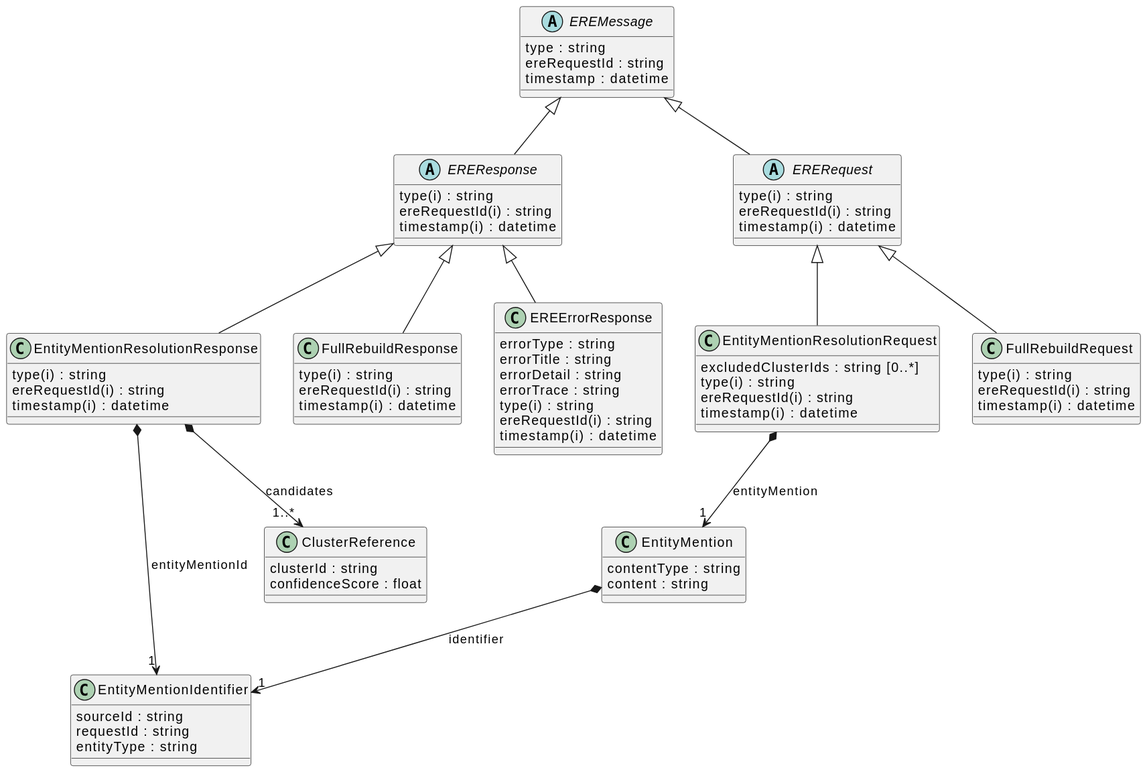
Above: docs/schema/EreServiceSchema.svg in OP-TED/entity-resolution-spec (PlantUML), before the change. The source it was exported from:
```plantuml
@startuml
class "EntityMentionResolutionResponse" [[{An entity resolution response returned by the ERE.}]] {
    {field} type(i) : string
    {field} ereRequestId(i) : string
    {field} timestamp(i) : datetime
}
class "EntityMentionIdentifier" [[{A container that groups the attributes needed to identify an entity mention in a resolution request}]] {
    {field} sourceId : string
    {field} requestId : string
    {field} entityType : string
}
class "EntityMention" [[{An entity mention is a representation of a real-world entity, as provided by the ERS.}]] {
    {field} contentType : string
    {field} content : string
}
"EntityMentionResolutionResponse" *--> "1" "EntityMentionIdentifier" : "entityMentionId"
"EntityMention" *--> "1" "EntityMentionIdentifier" : "identifier"
class "ClusterReference" [[{A reference to a cluster to which an entity is deemed to belong, with an associated confidence score.}]] {
    {field} clusterId : string
    {field} confidenceScore : float
}
abstract "EREResponse" [[{Root class to represent all the responses sent by the ERE.}]] {
    {field} type(i) : string
    {field} ereRequestId(i) : string
    {field} timestamp(i) : datetime
}
"EntityMentionResolutionResponse" *--> "1..*" "ClusterReference" : "candidates"
"EREResponse" ^-- "EntityMentionResolutionResponse"
class "EntityMentionResolutionRequest" [[{An entity resolution request sent to the ERE, containing the entity to be resolved.}]] {
    {field} excludedClusterIds : string  [0..*]
    {field} type(i) : string
    {field} ereRequestId(i) : string
    {field} timestamp(i) : datetime
}
"EntityMentionResolutionRequest" *--> "1" "EntityMention" : "entityMention"
abstract "ERERequest" [[{Root class to represent all the requests sent to the ERE.}]] {
    {field} type(i) : string
    {field} ereRequestId(i) : string
    {field} timestamp(i) : datetime
}
"ERERequest" ^-- "EntityMentionResolutionRequest"
class "FullRebuildResponse" [[{A response to a `FullRebuildRequest`, confirming that the rebuild process has started.}]] {
    {field} type(i) : string
    {field} ereRequestId(i) : string
    {field} timestamp(i) : datetime
}
class "EREErrorResponse" [[{Response sent by the ERE when some error/exception occurs while processing a request.}]] {
    {field} errorType : string
    {field} errorTitle : string
    {field} errorDetail : string
    {field} errorTrace : string
    {field} type(i) : string
    {field} ereRequestId(i) : string
    {field} timestamp(i) : datetime
}
abstract "EREMessage" [[{Root abstraction to represent attributes common to both requests and results.}]] {
    {field} type : string
    {field} ereRequestId : string
    {field} timestamp : datetime
}
"EREResponse" ^-- "FullRebuildResponse"
"EREResponse" ^-- "EREErrorResponse"
"EREMessage" ^-- "EREResponse"
class "FullRebuildRequest" [[{A request to reset all the resolutions computed so far and possibly rebuild them as }]] {
    {field} type(i) : string
    {field} ereRequestId(i) : string
    {field} timestamp(i) : datetime
}
"ERERequest" ^-- "FullRebuildRequest"
"EREMessage" ^-- "ERERequest"
@enduml
```
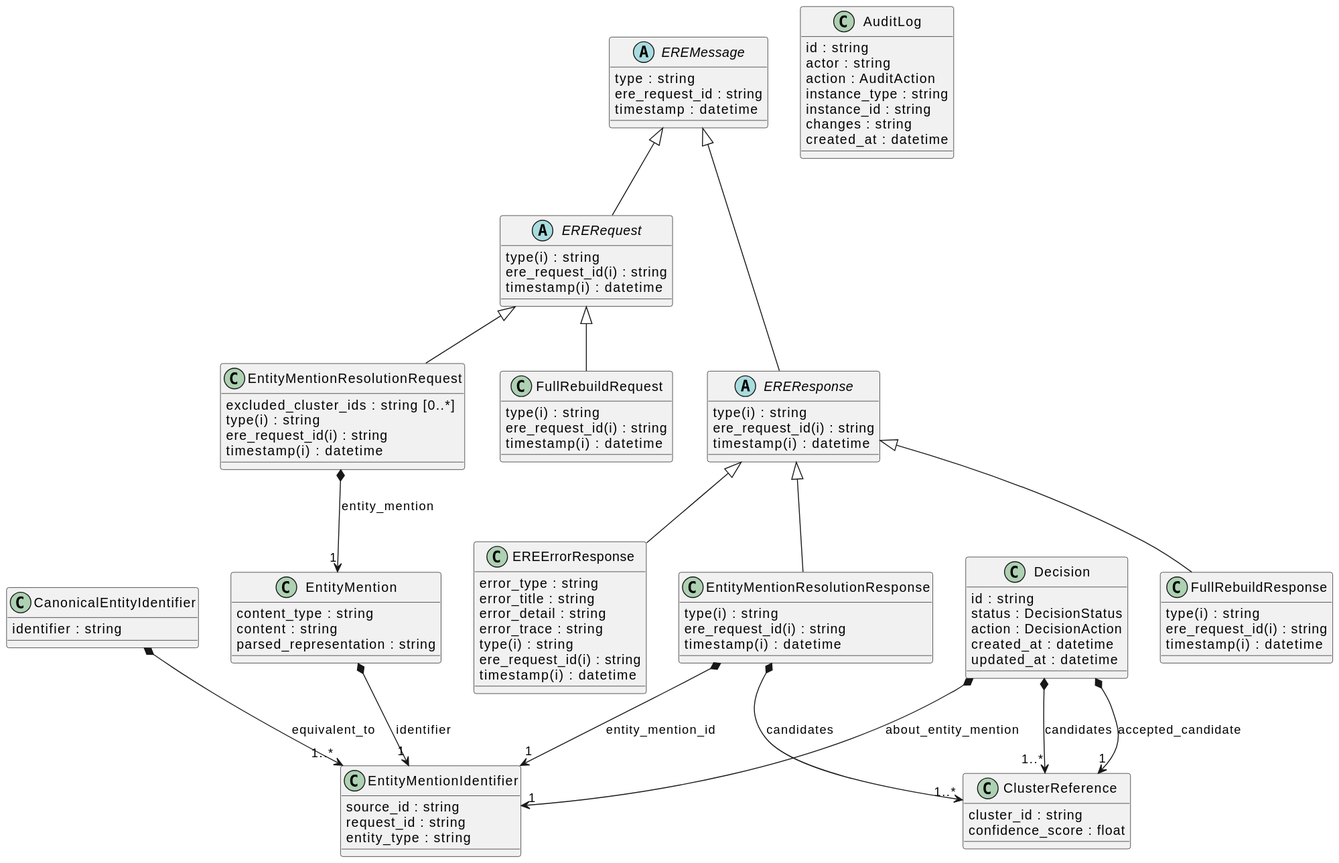
Above is the later version.

The edit, as a diff of the source:
```diff
@@ -1,61 +1,74 @@
 @startuml
+class "CanonicalEntityIdentifier" [[{A logical identity construct providing a stable identity anchor.}]] {
+    {field} identifier : string
+}
+class "EntityMentionIdentifier" [[{A container that groups the attributes needed to identify an entity mention in a resolution request}]] {
+    {field} source_id : string
+    {field} request_id : string
+    {field} entity_type : string
+}
+class "Decision" [[{Aggregate root representing a resolution decision requiring curation.}]] {
+    {field} id : string
+    {field} status : DecisionStatus
+    {field} action : DecisionAction
+    {field} created_at : datetime
+    {field} updated_at : datetime
+}
 class "EntityMentionResolutionResponse" [[{An entity resolution response returned by the ERE.}]] {
     {field} type(i) : string
-    {field} ereRequestId(i) : string
+    {field} ere_request_id(i) : string
     {field} timestamp(i) : datetime
 }
-class "EntityMentionIdentifier" [[{A container that groups the attributes needed to identify an entity mention in a resolution request}]] {
-    {field} sourceId : string
-    {field} requestId : string
-    {field} entityType : string
+class "EntityMention" [[{An entity mention is a representation of a real-world entity, as provided by the ERS.}]] {
+    {field} content_type : string
+    {field} content : string
+    {field} parsed_representation : string
 }
-class "EntityMention" [[{An entity mention is a representation of a real-world entity, as provided by the ERS.}]] {
-    {field} contentType : string
-    {field} content : string
-}
-"EntityMentionResolutionResponse" *--> "1" "EntityMentionIdentifier" : "entityMentionId"
+"CanonicalEntityIdentifier" *--> "1..*" "EntityMentionIdentifier" : "equivalent_to"
+"Decision" *--> "1" "EntityMentionIdentifier" : "about_entity_mention"
+"EntityMentionResolutionResponse" *--> "1" "EntityMentionIdentifier" : "entity_mention_id"
 "EntityMention" *--> "1" "EntityMentionIdentifier" : "identifier"
 class "ClusterReference" [[{A reference to a cluster to which an entity is deemed to belong, with an associated confidence score.}]] {
-    {field} clusterId : string
-    {field} confidenceScore : float
+    {field} cluster_id : string
+    {field} confidence_score : float
 }
 abstract "EREResponse" [[{Root class to represent all the responses sent by the ERE.}]] {
     {field} type(i) : string
-    {field} ereRequestId(i) : string
+    {field} ere_request_id(i) : string
     {field} timestamp(i) : datetime
 }
 "EntityMentionResolutionResponse" *--> "1..*" "ClusterReference" : "candidates"
 "EREResponse" ^-- "EntityMentionResolutionResponse"
 class "EntityMentionResolutionRequest" [[{An entity resolution request sent to the ERE, containing the entity to be resolved.}]] {
-    {field} excludedClusterIds : string  [0..*]
+    {field} excluded_cluster_ids : string  [0..*]
     {field} type(i) : string
-    {field} ereRequestId(i) : string
+    {field} ere_request_id(i) : string
     {field} timestamp(i) : datetime
 }
-"EntityMentionResolutionRequest" *--> "1" "EntityMention" : "entityMention"
+"EntityMentionResolutionRequest" *--> "1" "EntityMention" : "entity_mention"
 abstract "ERERequest" [[{Root class to represent all the requests sent to the ERE.}]] {
     {field} type(i) : string
-    {field} ereRequestId(i) : string
+    {field} ere_request_id(i) : string
     {field} timestamp(i) : datetime
 }
 "ERERequest" ^-- "EntityMentionResolutionRequest"
 class "FullRebuildResponse" [[{A response to a `FullRebuildRequest`, confirming that the rebuild process has started.}]] {
     {field} type(i) : string
-    {field} ereRequestId(i) : string
+    {field} ere_request_id(i) : string
     {field} timestamp(i) : datetime
 }
 class "EREErrorResponse" [[{Response sent by the ERE when some error/exception occurs while processing a request.}]] {
-    {field} errorType : string
-    {field} errorTitle : string
-    {field} errorDetail : string
-    {field} errorTrace : string
+    {field} error_type : string
+    {field} error_title : string
+    {field} error_detail : string
+    {field} error_trace : string
     {field} type(i) : string
-    {field} ereRequestId(i) : string
+    {field} ere_request_id(i) : string
     {field} timestamp(i) : datetime
 }
 abstract "EREMessage" [[{Root abstraction to represent attributes common to both requests and results.}]] {
     {field} type : string
-    {field} ereRequestId : string
+    {field} ere_request_id : string
     {field} timestamp : datetime
 }
 "EREResponse" ^-- "FullRebuildResponse"
@@ -63,9 +76,20 @@
 "EREMessage" ^-- "EREResponse"
 class "FullRebuildRequest" [[{A request to reset all the resolutions computed so far and possibly rebuild them as }]] {
     {field} type(i) : string
-    {field} ereRequestId(i) : string
+    {field} ere_request_id(i) : string
     {field} timestamp(i) : datetime
 }
 "ERERequest" ^-- "FullRebuildRequest"
 "EREMessage" ^-- "ERERequest"
+"Decision" *--> "1..*" "ClusterReference" : "candidates"
+"Decision" *--> "1" "ClusterReference" : "accepted_candidate"
+class "AuditLog" [[{Audit trail entry for curation actions}]] {
+    {field} id : string
+    {field} actor : string
+    {field} action : AuditAction
+    {field} instance_type : string
+    {field} instance_id : string
+    {field} changes : string
+    {field} created_at : datetime
+}
 @enduml
```
